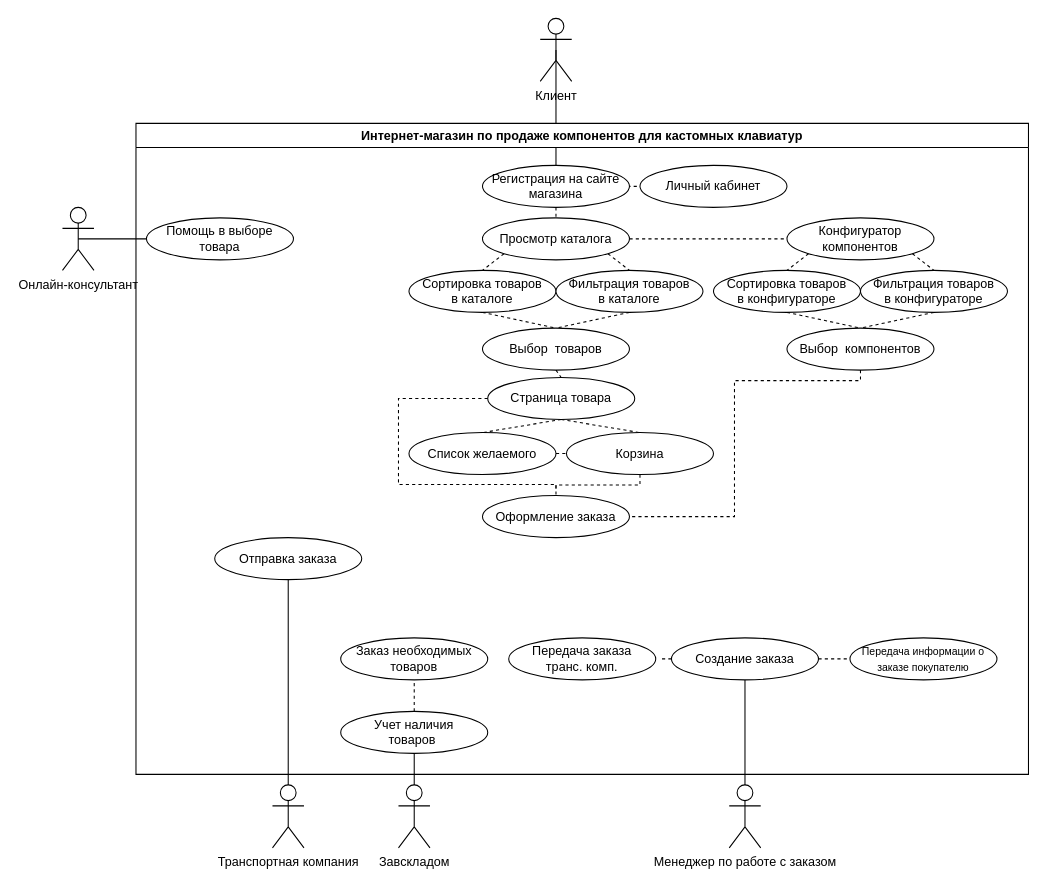
Earlier version of the draw.io diagram лаб 1.drawio (arn1ee/-1). Source tidied: cells renumbered, new cells numbered last; positions are measured from the earlier drawing's top-left corner, leaving out a move shared by most shapes. Both pictures are drawn from the tidied source at 105%, with x=0, y=0 at pixel (62, 18).
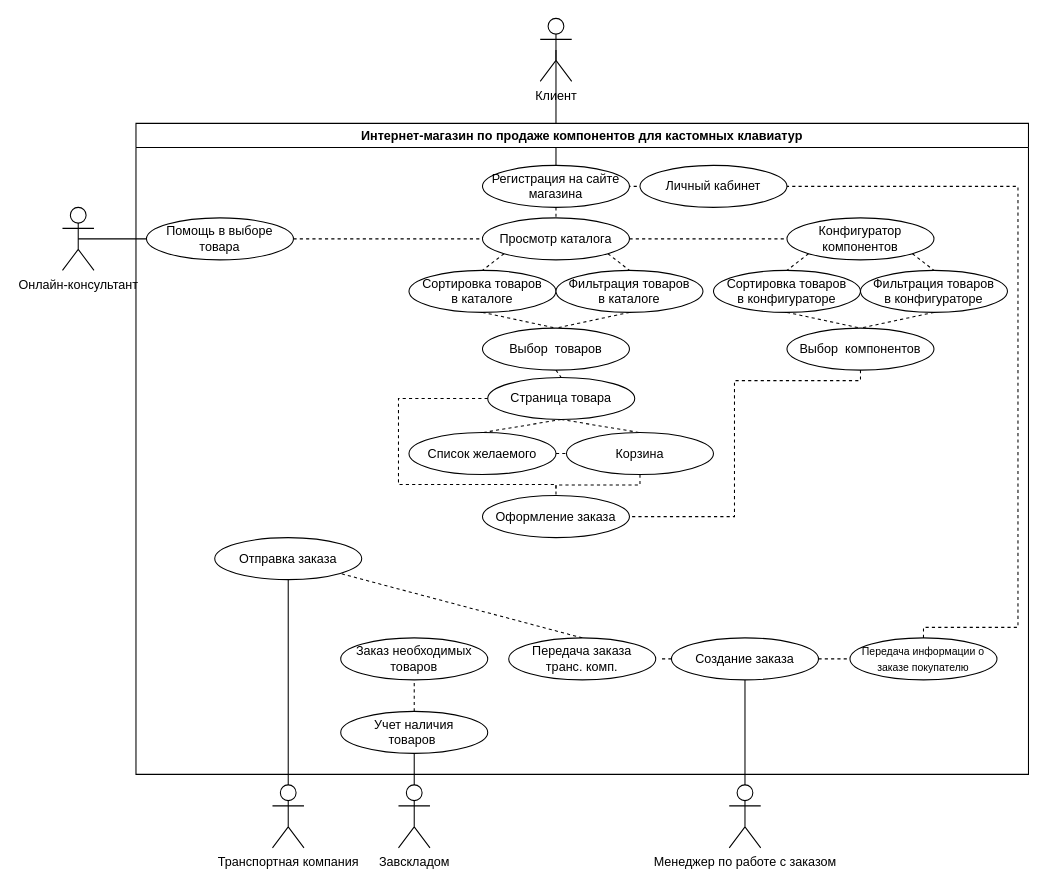
Above is the later version.

Unchanged cells that the change refers to:
```xml
<mxCell id="6" value="Интернет-магазин по продаже компонентов для кастомных клавиатур" style="swimlane;whiteSpace=wrap;html=1;" parent="1" vertex="1">
  <mxGeometry x="70" y="100" width="850" height="620" as="geometry" />
</mxCell>
<mxCell id="7" value="Помощь в выборе&lt;br&gt;товара" style="ellipse;whiteSpace=wrap;html=1;" parent="6" vertex="1">
  <mxGeometry x="10" y="90" width="140" height="40" as="geometry" />
</mxCell>
<mxCell id="10" value="Просмотр каталога" style="ellipse;whiteSpace=wrap;html=1;" parent="6" vertex="1">
  <mxGeometry x="330" y="90" width="140" height="40" as="geometry" />
</mxCell>
<mxCell id="22" value="Личный кабинет" style="ellipse;whiteSpace=wrap;html=1;" parent="6" vertex="1">
  <mxGeometry x="480" y="40" width="140" height="40" as="geometry" />
</mxCell>
<mxCell id="29" value="&lt;font style=&quot;font-size: 10px;&quot;&gt;Передача информации о заказе покупателю&lt;/font&gt;" style="ellipse;whiteSpace=wrap;html=1;" parent="6" vertex="1">
  <mxGeometry x="680" y="490" width="140" height="40" as="geometry" />
</mxCell>
<mxCell id="45" value="Отправка заказа" style="ellipse;whiteSpace=wrap;html=1;" parent="6" vertex="1">
  <mxGeometry x="75" y="394.5" width="140" height="40" as="geometry" />
</mxCell>
<mxCell id="47" value="Передача заказа&lt;br&gt;транс. комп." style="ellipse;whiteSpace=wrap;html=1;" parent="6" vertex="1">
  <mxGeometry x="355" y="490" width="140" height="40" as="geometry" />
</mxCell>
```

The edit, as a diff of the source:
```diff
@@
+    <mxCell id="55" style="edgeStyle=none;rounded=0;jettySize=auto;html=1;exitX=1;exitY=0.5;exitDx=0;exitDy=0;entryX=0;entryY=0.5;entryDx=0;entryDy=0;dashed=1;endArrow=none;endFill=0;" parent="6" edge="1" source="7" target="10">
+      <mxGeometry relative="1" as="geometry" />
+    </mxCell>
@@
+    <mxCell id="56" style="edgeStyle=orthogonalEdgeStyle;rounded=0;jettySize=auto;html=1;exitX=0.5;exitY=0;exitDx=0;exitDy=0;entryX=1;entryY=0.5;entryDx=0;entryDy=0;dashed=1;endArrow=none;endFill=0;" parent="6" edge="1" source="29" target="22">
+      <mxGeometry relative="1" as="geometry">
+        <Array as="points">
+          <mxPoint x="750" y="480" />
+          <mxPoint x="840" y="480" />
+          <mxPoint x="840" y="60" />
+        </Array>
+      </mxGeometry>
+    </mxCell>
@@
+    <mxCell id="57" style="rounded=0;jettySize=auto;html=1;exitX=0.5;exitY=0;exitDx=0;exitDy=0;entryX=1;entryY=1;entryDx=0;entryDy=0;endArrow=none;endFill=0;dashed=1;" parent="6" edge="1" source="47" target="45">
+      <mxGeometry relative="1" as="geometry" />
+    </mxCell>
```
